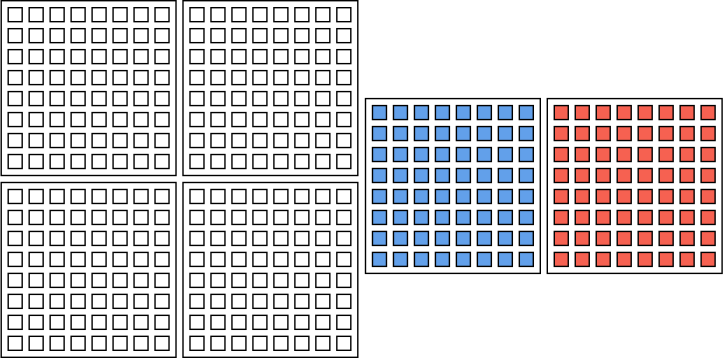
The draw.io diagram media/MacroblockExpanded.drawio.svg in kartva/keymashed, before a commit. Source tidied: cells renumbered, new cells last; positions are measured from the earlier drawing's top-left corner, leaving out a move shared by most shapes.
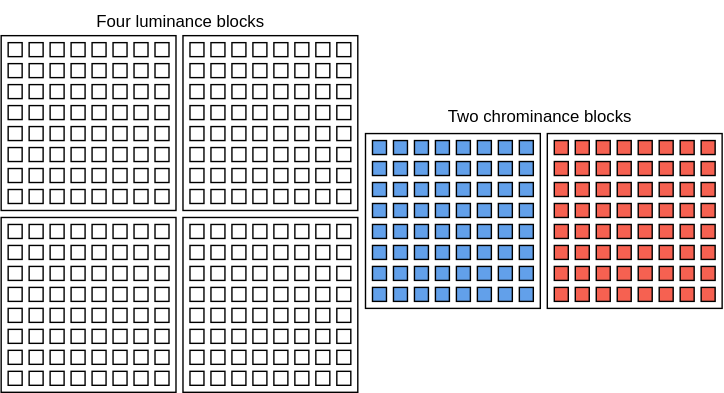
Above is the later version.

What changed in the source:
```diff
@@ -1172,5 +1172,11 @@
     <mxCell id="391" style="rounded=0;whiteSpace=wrap;html=1;strokeColor=default;fillColor=none;" parent="1" vertex="1">
       <mxGeometry x="390.5" y="70" width="125" height="125" as="geometry" />
     </mxCell>
+    <mxCell id="392" value="Four luminance blocks" style="text;html=1;align=center;verticalAlign=middle;strokeColor=none;fillColor=none;" parent="1" vertex="1">
+      <mxGeometry x="58" y="-25" width="140" height="30" as="geometry" />
+    </mxCell>
+    <mxCell id="393" value="Two chrominance blocks" style="text;html=1;align=center;verticalAlign=middle;strokeColor=none;fillColor=none;" parent="1" vertex="1">
+      <mxGeometry x="310" y="43" width="150" height="30" as="geometry" />
+    </mxCell>
   </root>
 </mxGraphModel>
```
